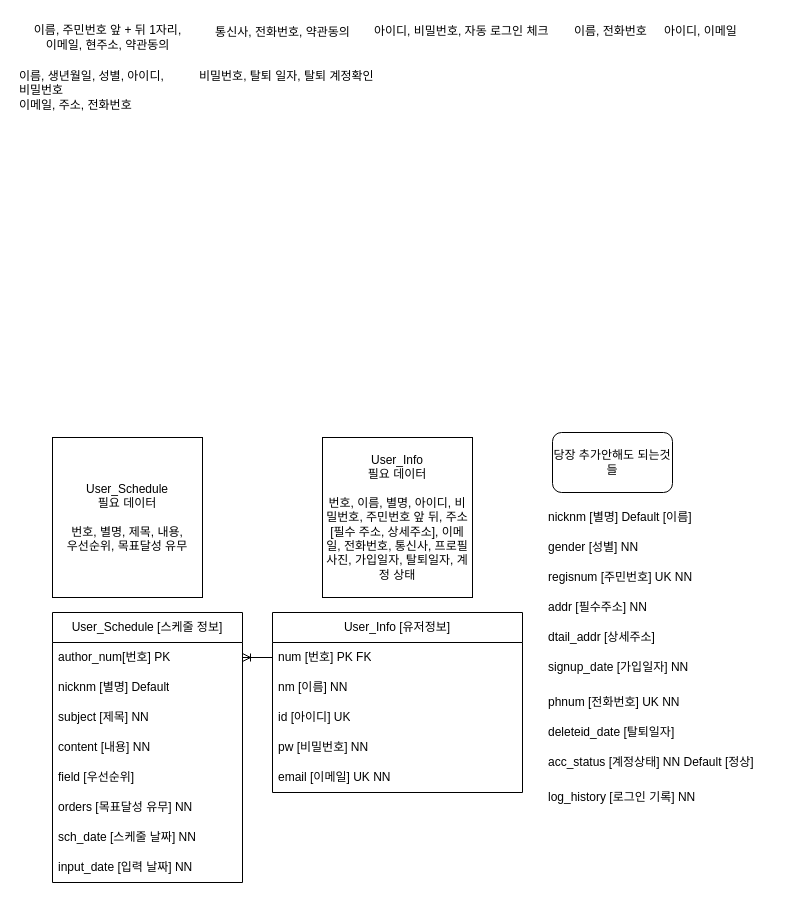
Before: portfolio/To-do List ERD.drawio in D-o-H-w-a/SelfStudy, a draw.io diagram. Source tidied: cells renumbered, new cells numbered last; positions are measured from the earlier drawing's top-left corner, leaving out a move shared by most shapes. Both pictures are drawn from the tidied source at 100%, with x=0, y=0 at pixel (17, 17).
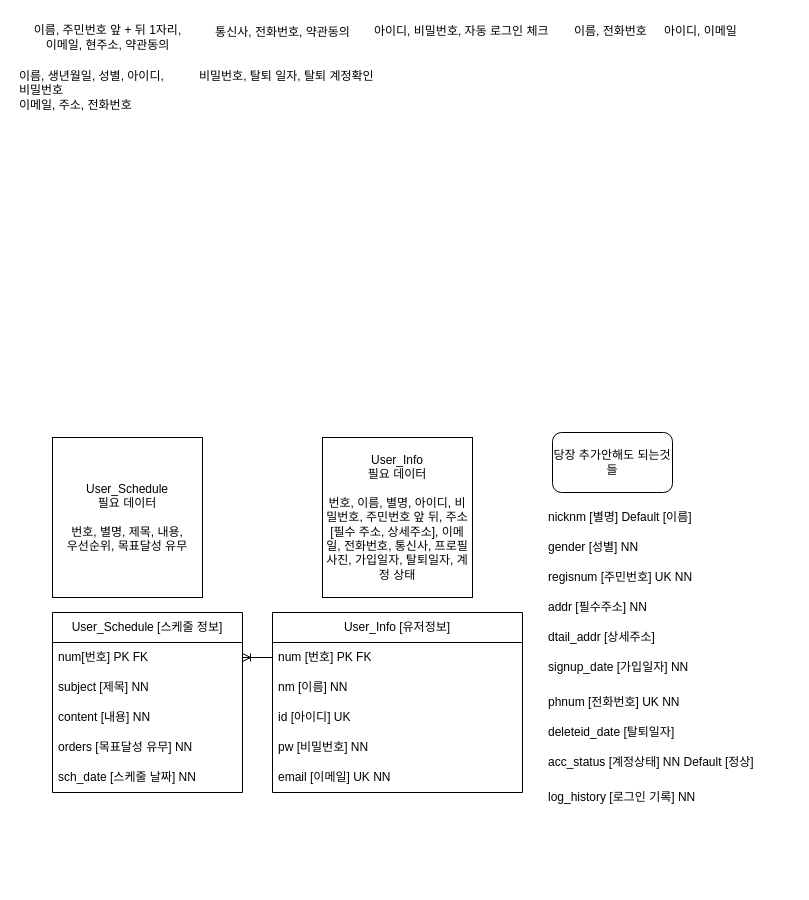
After the change.

Change to the diagram source:
```diff
@@
     <mxCell id="16" value="User_Schedule [스케줄 정보]" style="swimlane;fontStyle=0;horizontal=1;startSize=30;whiteSpace=wrap;html=1;" parent="1" vertex="1">
-      <mxGeometry x="35" y="595" width="190" height="270" as="geometry" />
+      <mxGeometry x="35" y="595" width="190" height="180" as="geometry" />
     </mxCell>
-    <mxCell id="17" value="author_num[번호] PK" style="text;strokeColor=none;fillColor=none;align=left;verticalAlign=middle;spacingLeft=4;spacingRight=4;overflow=hidden;points=[[0,0.5],[1,0.5]];portConstraint=eastwest;whiteSpace=wrap;html=1;" parent="16" vertex="1">
+    <mxCell id="17" value="num[번호] PK FK" style="text;strokeColor=none;fillColor=none;align=left;verticalAlign=middle;spacingLeft=4;spacingRight=4;overflow=hidden;points=[[0,0.5],[1,0.5]];portConstraint=eastwest;whiteSpace=wrap;html=1;" parent="16" vertex="1">
       <mxGeometry y="30" width="190" height="30" as="geometry" />
     </mxCell>
-    <mxCell id="18" value="nicknm [별명] Default" style="text;strokeColor=none;fillColor=none;align=left;verticalAlign=middle;spacingLeft=4;spacingRight=4;overflow=hidden;whiteSpace=wrap;html=1;" parent="16" vertex="1">
-      <mxGeometry y="60" width="190" height="30" as="geometry" />
-    </mxCell>
     <mxCell id="19" value="subject [제목] NN" style="text;strokeColor=none;fillColor=none;align=left;verticalAlign=middle;spacingLeft=4;spacingRight=4;overflow=hidden;whiteSpace=wrap;html=1;" parent="16" vertex="1">
-      <mxGeometry y="90" width="190" height="30" as="geometry" />
+      <mxGeometry y="60" width="190" height="30" as="geometry" />
     </mxCell>
     <mxCell id="20" value="content [내용] NN" style="text;strokeColor=none;fillColor=none;align=left;verticalAlign=middle;spacingLeft=4;spacingRight=4;overflow=hidden;whiteSpace=wrap;html=1;" parent="16" vertex="1">
-      <mxGeometry y="120" width="190" height="30" as="geometry" />
+      <mxGeometry y="90" width="190" height="30" as="geometry" />
     </mxCell>
-    <mxCell id="21" value="field [우선순위]" style="text;strokeColor=none;fillColor=none;align=left;verticalAlign=middle;spacingLeft=4;spacingRight=4;overflow=hidden;whiteSpace=wrap;html=1;" parent="16" vertex="1">
-      <mxGeometry y="150" width="190" height="30" as="geometry" />
-    </mxCell>
     <mxCell id="22" value="orders [목표달성 유무] NN" style="text;strokeColor=none;fillColor=none;align=left;verticalAlign=middle;spacingLeft=4;spacingRight=4;overflow=hidden;whiteSpace=wrap;html=1;" parent="16" vertex="1">
-      <mxGeometry y="180" width="190" height="30" as="geometry" />
+      <mxGeometry y="120" width="190" height="30" as="geometry" />
     </mxCell>
     <mxCell id="23" value="sch_date [스케줄 날짜] NN" style="text;strokeColor=none;fillColor=none;align=left;verticalAlign=middle;spacingLeft=4;spacingRight=4;overflow=hidden;whiteSpace=wrap;html=1;" parent="16" vertex="1">
-      <mxGeometry y="210" width="190" height="30" as="geometry" />
+      <mxGeometry y="150" width="190" height="30" as="geometry" />
     </mxCell>
-    <mxCell id="24" value="input_date [입력 날짜] NN" style="text;strokeColor=none;fillColor=none;align=left;verticalAlign=middle;spacingLeft=4;spacingRight=4;overflow=hidden;whiteSpace=wrap;html=1;" parent="16" vertex="1">
-      <mxGeometry y="240" width="190" height="30" as="geometry" />
-    </mxCell>
```
